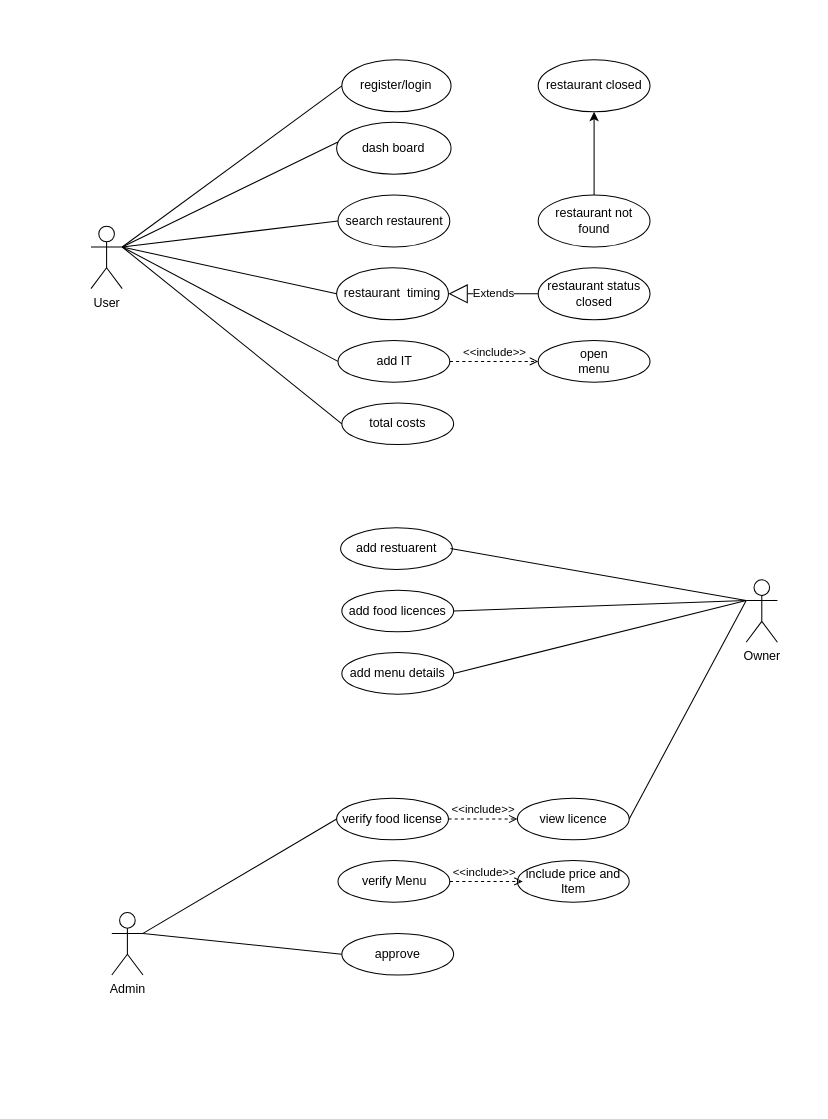
Above: Untitled Diagram.drawio in NikhilBompelly/Project1 (draw.io), before the change. Source tidied: cells renumbered, new cells numbered last; positions are measured from the earlier drawing's top-left corner, leaving out a move shared by most shapes. Both pictures are drawn from the tidied source at 104%, with x=0, y=0 at pixel (90, 59).
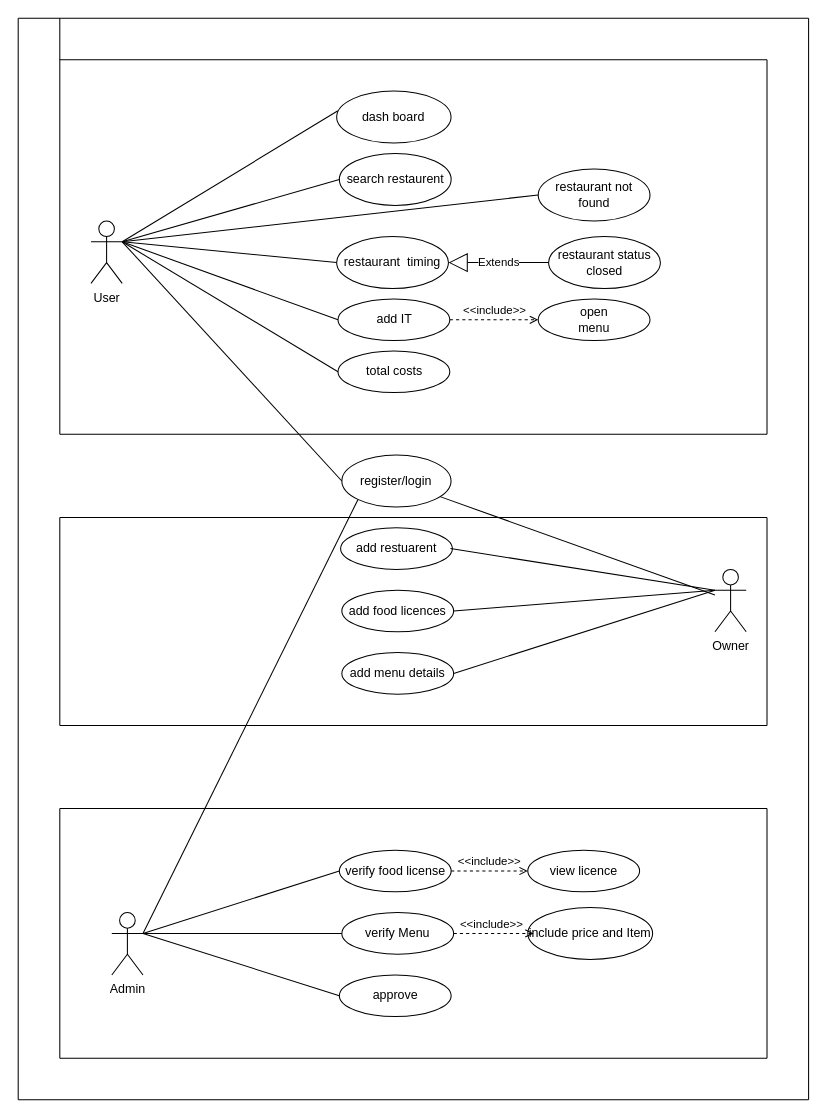
Above is the later version.

Diff of the diagram source:
```diff
@@
     <mxCell id="2" value="User" style="shape=umlActor;html=1;verticalLabelPosition=bottom;verticalAlign=top;align=center;" parent="1" vertex="1">
-      <mxGeometry y="160" width="30" height="60" as="geometry" />
+      <mxGeometry y="155" width="30" height="60" as="geometry" />
     </mxCell>
-    <mxCell id="3" value="Owner" style="shape=umlActor;html=1;verticalLabelPosition=bottom;verticalAlign=top;align=center;" parent="1" vertex="1">
-      <mxGeometry x="630" y="500" width="30" height="60" as="geometry" />
-    </mxCell>
     <mxCell id="4" value="register/login" style="ellipse;whiteSpace=wrap;html=1;" parent="1" vertex="1">
-      <mxGeometry x="241.2" width="105" height="50" as="geometry" />
+      <mxGeometry x="241.2" y="380" width="105" height="50" as="geometry" />
     </mxCell>
     <mxCell id="5" value="dash board" style="ellipse;whiteSpace=wrap;html=1;" parent="1" vertex="1">
-      <mxGeometry x="236.2" y="60" width="110" height="50" as="geometry" />
+      <mxGeometry x="236.2" y="30" width="110" height="50" as="geometry" />
     </mxCell>
     <mxCell id="6" value="search restaurent" style="ellipse;whiteSpace=wrap;html=1;" parent="1" vertex="1">
-      <mxGeometry x="237.5" y="130" width="107.5" height="50" as="geometry" />
+      <mxGeometry x="238.8" y="90" width="107.5" height="50" as="geometry" />
     </mxCell>
     <mxCell id="7" value="restaurant&amp;nbsp; timing" style="ellipse;whiteSpace=wrap;html=1;" parent="1" vertex="1">
-      <mxGeometry x="236.2" y="200" width="107.5" height="50" as="geometry" />
+      <mxGeometry x="236.2" y="170" width="107.5" height="50" as="geometry" />
     </mxCell>
     <mxCell id="8" value="&lt;div&gt;open&lt;/div&gt;&lt;div&gt;menu&lt;br&gt;&lt;/div&gt;" style="ellipse;whiteSpace=wrap;html=1;" parent="1" vertex="1">
-      <mxGeometry x="430" y="270" width="107.5" height="40" as="geometry" />
+      <mxGeometry x="430" y="230" width="107.5" height="40" as="geometry" />
     </mxCell>
     <mxCell id="9" value="add IT" style="ellipse;whiteSpace=wrap;html=1;" parent="1" vertex="1">
-      <mxGeometry x="237.5" y="270" width="107.5" height="40" as="geometry" />
+      <mxGeometry x="237.5" y="230" width="107.5" height="40" as="geometry" />
     </mxCell>
     <mxCell id="10" value="total costs" style="ellipse;whiteSpace=wrap;html=1;" parent="1" vertex="1">
-      <mxGeometry x="241.2" y="330" width="107.5" height="40" as="geometry" />
+      <mxGeometry x="237.5" y="280" width="107.5" height="40" as="geometry" />
     </mxCell>
@@
     <mxCell id="15" value="verify food license" style="ellipse;whiteSpace=wrap;html=1;" parent="1" vertex="1">
-      <mxGeometry x="236.2" y="710" width="107.5" height="40" as="geometry" />
+      <mxGeometry x="238.8" y="760" width="107.5" height="40" as="geometry" />
     </mxCell>
     <mxCell id="16" value="view licence" style="ellipse;whiteSpace=wrap;html=1;" parent="1" vertex="1">
-      <mxGeometry x="410" y="710" width="107.5" height="40" as="geometry" />
+      <mxGeometry x="420" y="760" width="107.5" height="40" as="geometry" />
     </mxCell>
     <mxCell id="17" value="approve" style="ellipse;whiteSpace=wrap;html=1;" parent="1" vertex="1">
-      <mxGeometry x="241.2" y="840" width="107.5" height="40" as="geometry" />
+      <mxGeometry x="238.8" y="880" width="107.5" height="40" as="geometry" />
     </mxCell>
@@
     <mxCell id="21" value="restaurant status closed" style="ellipse;whiteSpace=wrap;html=1;" parent="1" vertex="1">
-      <mxGeometry x="430" y="200" width="107.5" height="50" as="geometry" />
+      <mxGeometry x="440" y="170" width="107.5" height="50" as="geometry" />
     </mxCell>
@@
-    <mxCell id="26" style="endArrow=none;html=1;entryX=0;entryY=0.3333333333333333;entryDx=0;entryDy=0;entryPerimeter=0;exitX=1;exitY=0.5;exitDx=0;exitDy=0;" parent="1" edge="1" source="16" target="3">
-      <mxGeometry relative="1" as="geometry" />
-    </mxCell>
@@
     <mxCell id="33" value="verify Menu" style="ellipse;whiteSpace=wrap;html=1;" parent="1" vertex="1">
-      <mxGeometry x="237.5" y="770" width="107.5" height="40" as="geometry" />
+      <mxGeometry x="241.2" y="820" width="107.5" height="40" as="geometry" />
     </mxCell>
     <mxCell id="34" value="include price and Item" style="ellipse;whiteSpace=wrap;html=1;" parent="1" vertex="1">
-      <mxGeometry x="410" y="770" width="107.5" height="40" as="geometry" />
+      <mxGeometry x="420" y="815" width="120" height="50" as="geometry" />
     </mxCell>
@@
-    <mxCell id="37" style="edgeStyle=orthogonalEdgeStyle;rounded=0;jettySize=auto;html=1;" parent="1" edge="1" source="38" target="39">
-      <mxGeometry relative="1" as="geometry" />
-    </mxCell>
     <mxCell id="38" value="restaurant not found" style="ellipse;whiteSpace=wrap;html=1;" parent="1" vertex="1">
-      <mxGeometry x="430" y="130" width="107.5" height="50" as="geometry" />
+      <mxGeometry x="430" y="105" width="107.5" height="50" as="geometry" />
     </mxCell>
-    <mxCell id="39" value="restaurant closed" style="ellipse;whiteSpace=wrap;html=1;" parent="1" vertex="1">
-      <mxGeometry x="430" width="107.5" height="50" as="geometry" />
-    </mxCell>
+    <mxCell id="40" style="endArrow=none;html=1;entryX=0;entryY=0.5;entryDx=0;entryDy=0;" parent="1" edge="1" target="33">
+      <mxGeometry relative="1" as="geometry">
+        <mxPoint x="50" y="840" as="sourcePoint" />
+      </mxGeometry>
+    </mxCell>
+    <mxCell id="41" style="endArrow=none;html=1;entryX=0;entryY=1;entryDx=0;entryDy=0;" parent="1" edge="1" target="4">
+      <mxGeometry relative="1" as="geometry">
+        <mxPoint x="50" y="840" as="sourcePoint" />
+      </mxGeometry>
+    </mxCell>
+    <mxCell id="42" style="endArrow=none;html=1;" parent="1" edge="1" source="3" target="4">
+      <mxGeometry relative="1" as="geometry" />
+    </mxCell>
+    <mxCell id="43" style="endArrow=none;html=1;" parent="1" edge="1">
+      <mxGeometry relative="1" as="geometry">
+        <mxPoint x="-70" y="1000" as="sourcePoint" />
+        <mxPoint x="-70" y="-40" as="targetPoint" />
+      </mxGeometry>
+    </mxCell>
+    <mxCell id="44" style="endArrow=none;html=1;" parent="1" edge="1">
+      <mxGeometry relative="1" as="geometry">
+        <mxPoint x="690" y="1000" as="sourcePoint" />
+        <mxPoint x="690" y="-40" as="targetPoint" />
+      </mxGeometry>
+    </mxCell>
+    <mxCell id="45" style="endArrow=none;html=1;" parent="1" edge="1">
+      <mxGeometry relative="1" as="geometry">
+        <mxPoint x="-70" y="1000" as="sourcePoint" />
+        <mxPoint x="690" y="1000" as="targetPoint" />
+      </mxGeometry>
+    </mxCell>
+    <mxCell id="3" value="Owner" style="shape=umlActor;html=1;verticalLabelPosition=bottom;verticalAlign=top;align=center;" parent="1" vertex="1">
+      <mxGeometry x="600" y="490" width="30" height="60" as="geometry" />
+    </mxCell>
+    <mxCell id="46" style="endArrow=none;html=1;" parent="1" edge="1" target="3">
+      <mxGeometry relative="1" as="geometry">
+        <mxPoint x="630" y="520" as="sourcePoint" />
+      </mxGeometry>
+    </mxCell>
+    <mxCell id="47" style="endArrow=none;html=1;" parent="1" edge="1">
+      <mxGeometry relative="1" as="geometry">
+        <mxPoint x="-70" y="-40" as="sourcePoint" />
+        <mxPoint x="690" y="-40" as="targetPoint" />
+      </mxGeometry>
+    </mxCell>
+    <mxCell id="48" style="endArrow=none;html=1;" parent="1" edge="1">
+      <mxGeometry relative="1" as="geometry">
+        <mxPoint x="650" y="360" as="sourcePoint" />
+        <mxPoint x="650" as="targetPoint" />
+      </mxGeometry>
+    </mxCell>
+    <mxCell id="49" style="endArrow=none;html=1;" parent="1" edge="1">
+      <mxGeometry relative="1" as="geometry">
+        <mxPoint x="-30" y="360" as="sourcePoint" />
+        <mxPoint x="650" y="360" as="targetPoint" />
+      </mxGeometry>
+    </mxCell>
+    <mxCell id="50" style="endArrow=none;html=1;" parent="1" edge="1">
+      <mxGeometry relative="1" as="geometry">
+        <mxPoint x="-30" y="360" as="sourcePoint" />
+        <mxPoint x="-30" y="-40" as="targetPoint" />
+      </mxGeometry>
+    </mxCell>
+    <mxCell id="51" style="endArrow=none;html=1;" parent="1" edge="1">
+      <mxGeometry relative="1" as="geometry">
+        <mxPoint x="-30" as="sourcePoint" />
+        <mxPoint x="650" as="targetPoint" />
+      </mxGeometry>
+    </mxCell>
+    <mxCell id="52" style="endArrow=none;html=1;exitX=1;exitY=0.3333333333333333;exitDx=0;exitDy=0;exitPerimeter=0;entryX=0;entryY=0.5;entryDx=0;entryDy=0;" parent="1" edge="1" source="2" target="38">
+      <mxGeometry relative="1" as="geometry" />
+    </mxCell>
+    <mxCell id="53" style="endArrow=none;html=1;" parent="1" edge="1">
+      <mxGeometry relative="1" as="geometry">
+        <mxPoint x="650" y="640" as="sourcePoint" />
+        <mxPoint x="650" y="440" as="targetPoint" />
+      </mxGeometry>
+    </mxCell>
+    <mxCell id="54" style="endArrow=none;html=1;" parent="1" edge="1">
+      <mxGeometry relative="1" as="geometry">
+        <mxPoint x="-30" y="640" as="sourcePoint" />
+        <mxPoint x="650" y="640" as="targetPoint" />
+      </mxGeometry>
+    </mxCell>
+    <mxCell id="55" style="endArrow=none;html=1;" parent="1" edge="1">
+      <mxGeometry relative="1" as="geometry">
+        <mxPoint x="-30" y="440" as="sourcePoint" />
+        <mxPoint x="650" y="440" as="targetPoint" />
+      </mxGeometry>
+    </mxCell>
+    <mxCell id="56" style="endArrow=none;html=1;" parent="1" edge="1">
+      <mxGeometry relative="1" as="geometry">
+        <mxPoint x="-30" y="640" as="sourcePoint" />
+        <mxPoint x="-30" y="440" as="targetPoint" />
+      </mxGeometry>
+    </mxCell>
+    <mxCell id="57" style="endArrow=none;html=1;" parent="1" edge="1">
+      <mxGeometry relative="1" as="geometry">
+        <mxPoint x="-30" y="960" as="sourcePoint" />
+        <mxPoint x="650" y="960" as="targetPoint" />
+      </mxGeometry>
+    </mxCell>
+    <mxCell id="58" style="endArrow=none;html=1;" parent="1" edge="1">
+      <mxGeometry relative="1" as="geometry">
+        <mxPoint x="650" y="960" as="sourcePoint" />
+        <mxPoint x="650" y="720" as="targetPoint" />
+      </mxGeometry>
+    </mxCell>
+    <mxCell id="59" style="endArrow=none;html=1;" parent="1" edge="1">
+      <mxGeometry relative="1" as="geometry">
+        <mxPoint x="-30" y="720" as="sourcePoint" />
+        <mxPoint x="650" y="720" as="targetPoint" />
+      </mxGeometry>
+    </mxCell>
+    <mxCell id="60" style="endArrow=none;html=1;" parent="1" edge="1">
+      <mxGeometry relative="1" as="geometry">
+        <mxPoint x="-30" y="960" as="sourcePoint" />
+        <mxPoint x="-30" y="720" as="targetPoint" />
+      </mxGeometry>
+    </mxCell>
```
